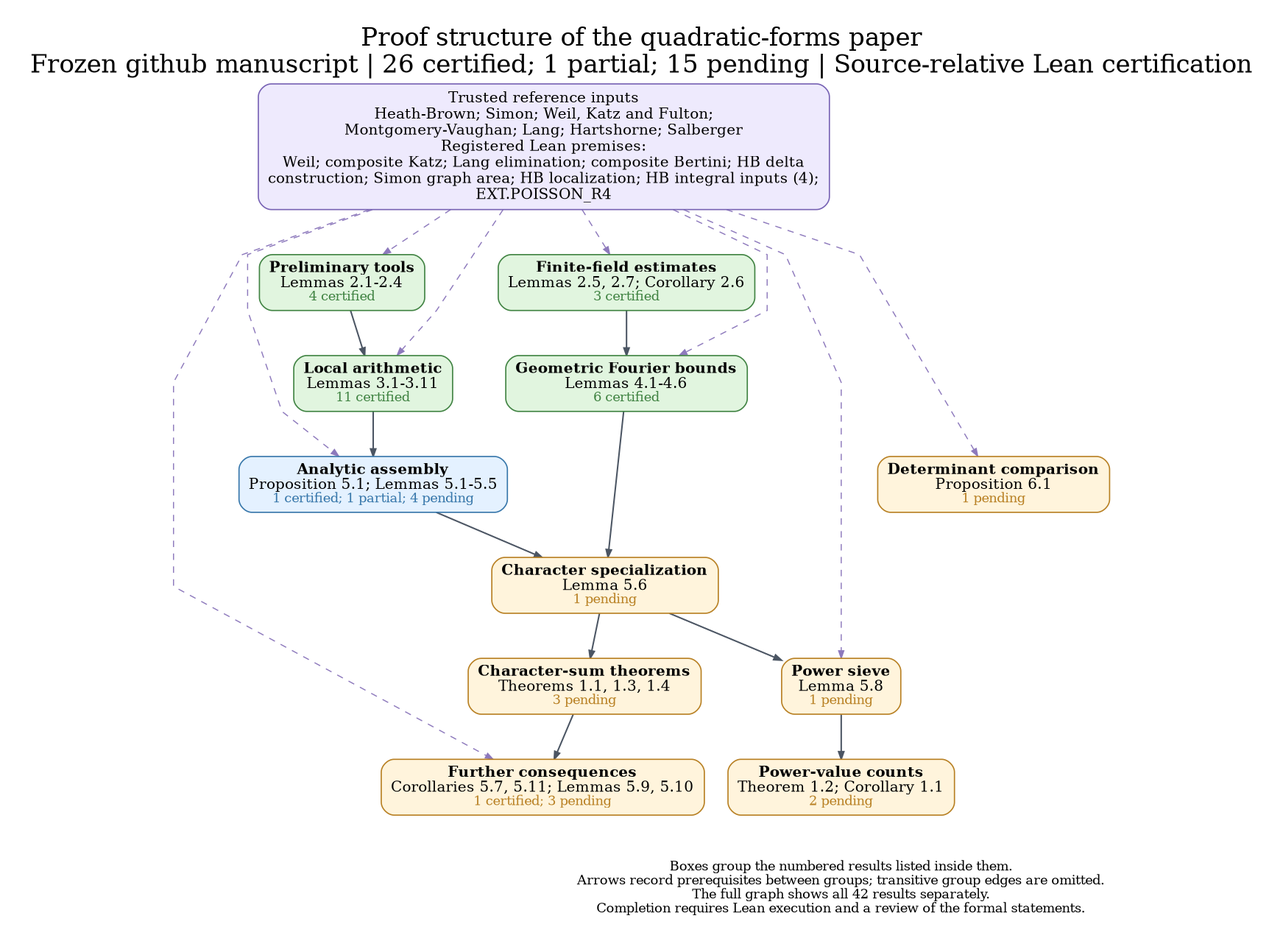
This is docs/dependency_overview.png from nicolasrobles/quaternary-quadratic-forms, a Graphviz export, as it was before one commit. Its source is kept beside it as docs/dependency_overview.dot.
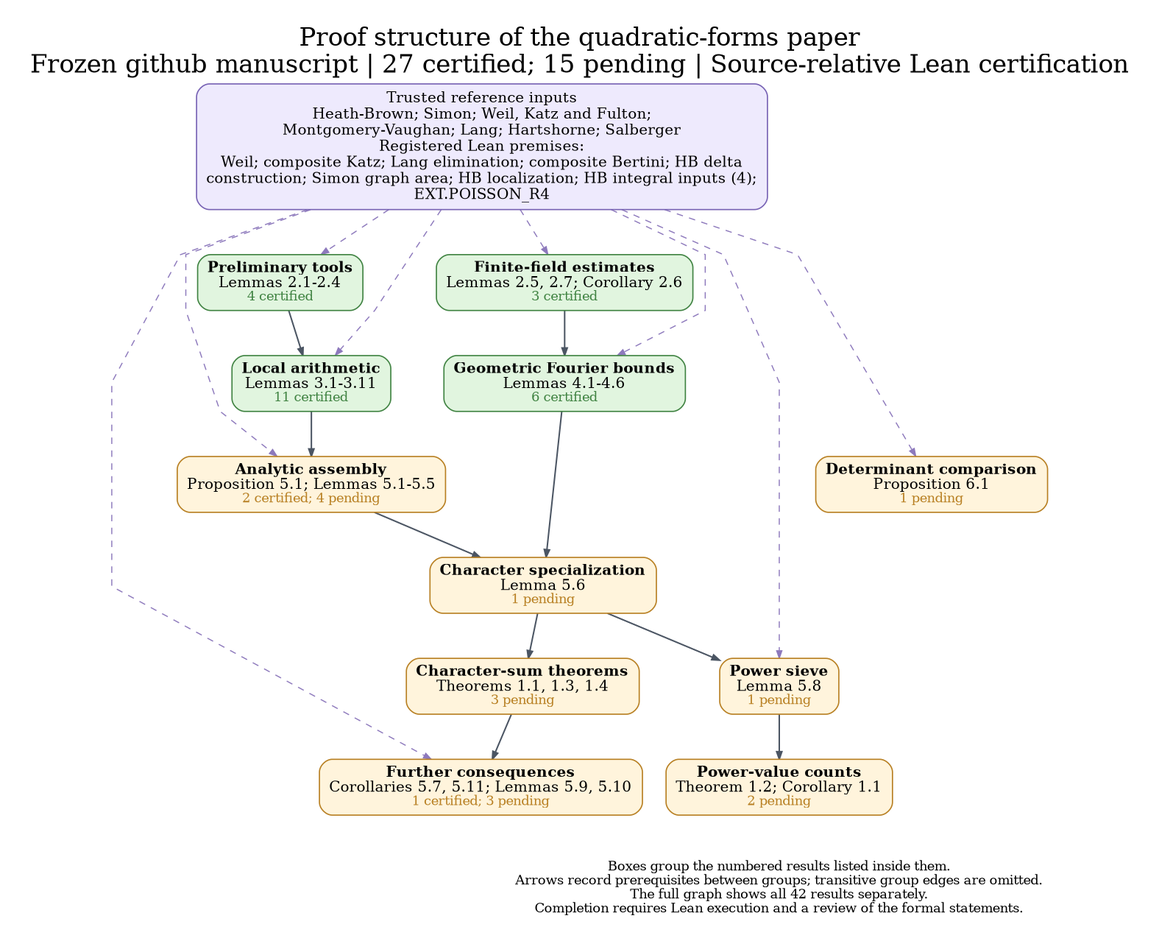
Later version of the same file.

Diff of the diagram source:
```diff
@@ -1,7 +1,7 @@
 digraph Overview {
 graph [rankdir=TB, newrank=true, compound=true, outputorder=edgesfirst,
   bgcolor="white", fontname="DejaVu Serif", fontsize=23, labelloc=t,
-  label="Proof structure of the quadratic-forms paper\nFrozen github manuscript | 26 certified; 1 partial; 15 pending | Source-relative Lean certification",
+  label="Proof structure of the quadratic-forms paper\nFrozen github manuscript | 27 certified; 15 pending | Source-relative Lean certification",
   nodesep=0.30, ranksep=0.58, pad=0.28, splines=polyline];
 node [shape=box, style="rounded,filled", fillcolor="#fff4dc", color="#b88023",
   fontname="DejaVu Serif", fontsize=14, penwidth=1.15, margin="0.12,0.09"];
@@ -11,7 +11,7 @@
 "finite" [label=<<B>Finite-field estimates</B><BR/>Lemmas 2.5, 2.7; Corollary 2.6<BR/><FONT POINT-SIZE="12" COLOR="#408342">3 certified</FONT>>, fillcolor="#e1f5df", color="#408342", URL="https://github.com/nicolasrobles/quaternary-quadratic-forms/blob/main/INVENTORY.md", target="_blank"];
 "local" [label=<<B>Local arithmetic</B><BR/>Lemmas 3.1-3.11<BR/><FONT POINT-SIZE="12" COLOR="#408342">11 certified</FONT>>, fillcolor="#e1f5df", color="#408342", URL="https://github.com/nicolasrobles/quaternary-quadratic-forms/blob/main/INVENTORY.md", target="_blank"];
 "fourier" [label=<<B>Geometric Fourier bounds</B><BR/>Lemmas 4.1-4.6<BR/><FONT POINT-SIZE="12" COLOR="#408342">6 certified</FONT>>, fillcolor="#e1f5df", color="#408342", URL="https://github.com/nicolasrobles/quaternary-quadratic-forms/blob/main/INVENTORY.md", target="_blank"];
-"analytic" [label=<<B>Analytic assembly</B><BR/>Proposition 5.1; Lemmas 5.1-5.5<BR/><FONT POINT-SIZE="12" COLOR="#3676aa">1 certified; 1 partial; 4 pending</FONT>>, fillcolor="#e4f1ff", color="#3676aa", URL="https://github.com/nicolasrobles/quaternary-quadratic-forms/blob/main/INVENTORY.md", target="_blank"];
+"analytic" [label=<<B>Analytic assembly</B><BR/>Proposition 5.1; Lemmas 5.1-5.5<BR/><FONT POINT-SIZE="12" COLOR="#b88023">2 certified; 4 pending</FONT>>, fillcolor="#fff4dc", color="#b88023", URL="https://github.com/nicolasrobles/quaternary-quadratic-forms/blob/main/INVENTORY.md", target="_blank"];
 "characters" [label=<<B>Character specialization</B><BR/>Lemma 5.6<BR/><FONT POINT-SIZE="12" COLOR="#b88023">1 pending</FONT>>, fillcolor="#fff4dc", color="#b88023", URL="https://github.com/nicolasrobles/quaternary-quadratic-forms/blob/main/INVENTORY.md", target="_blank"];
 "sieve" [label=<<B>Power sieve</B><BR/>Lemma 5.8<BR/><FONT POINT-SIZE="12" COLOR="#b88023">1 pending</FONT>>, fillcolor="#fff4dc", color="#b88023", URL="https://github.com/nicolasrobles/quaternary-quadratic-forms/blob/main/INVENTORY.md", target="_blank"];
 "consequences" [label=<<B>Further consequences</B><BR/>Corollaries 5.7, 5.11; Lemmas 5.9, 5.10<BR/><FONT POINT-SIZE="12" COLOR="#b88023">1 certified; 3 pending</FONT>>, fillcolor="#fff4dc", color="#b88023", URL="https://github.com/nicolasrobles/quaternary-quadratic-forms/blob/main/INVENTORY.md", target="_blank"];
```
